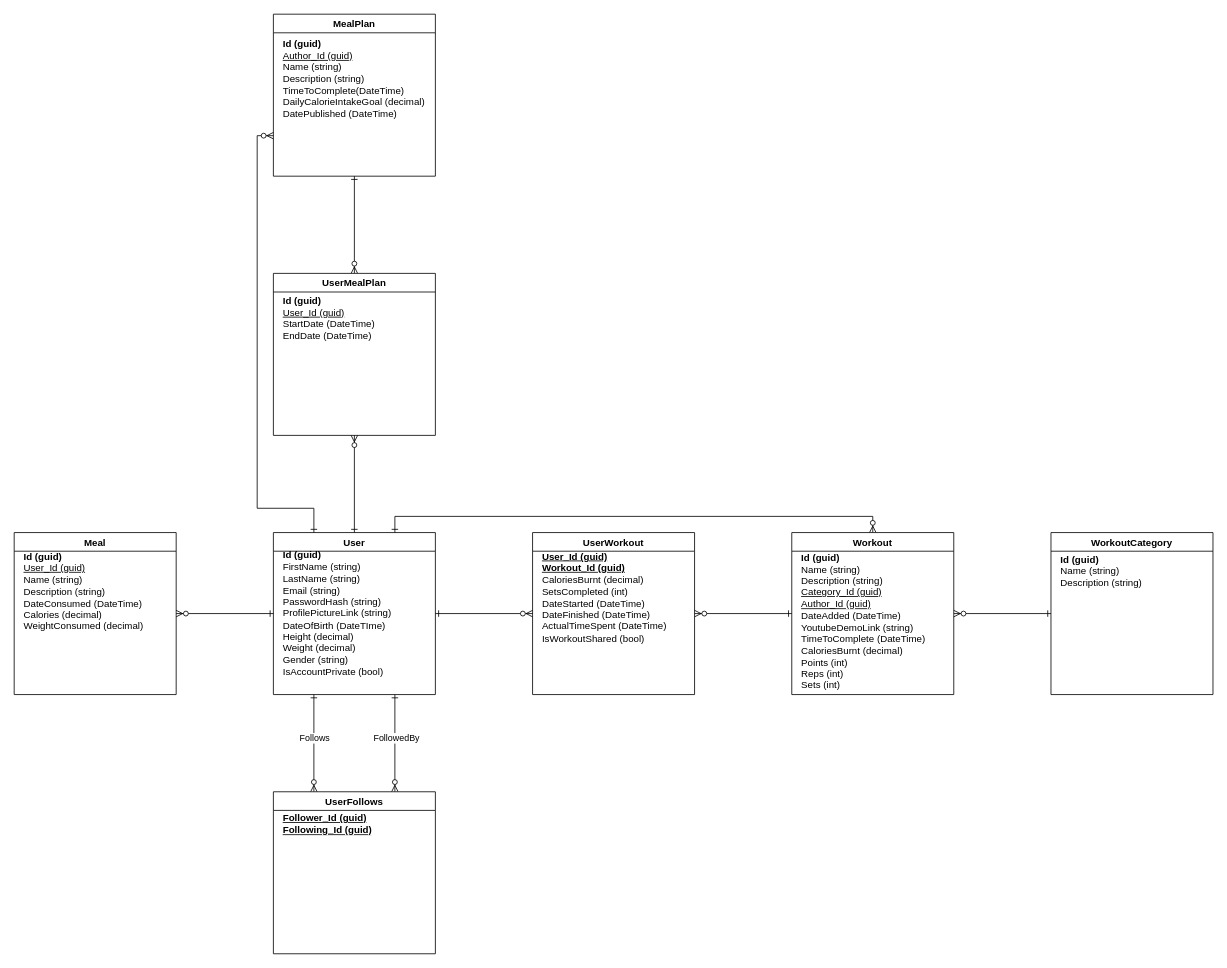
Above: ERD/ERD_EditableForm.drawio in DavidBolis261/softwarestudio3a (draw.io), before the change. Source tidied: cells renumbered, new cells numbered last; positions are measured from the earlier drawing's top-left corner, leaving out a move shared by most shapes. Both pictures are drawn from the tidied source at 81%, with x=0, y=0 at pixel (14, 14).
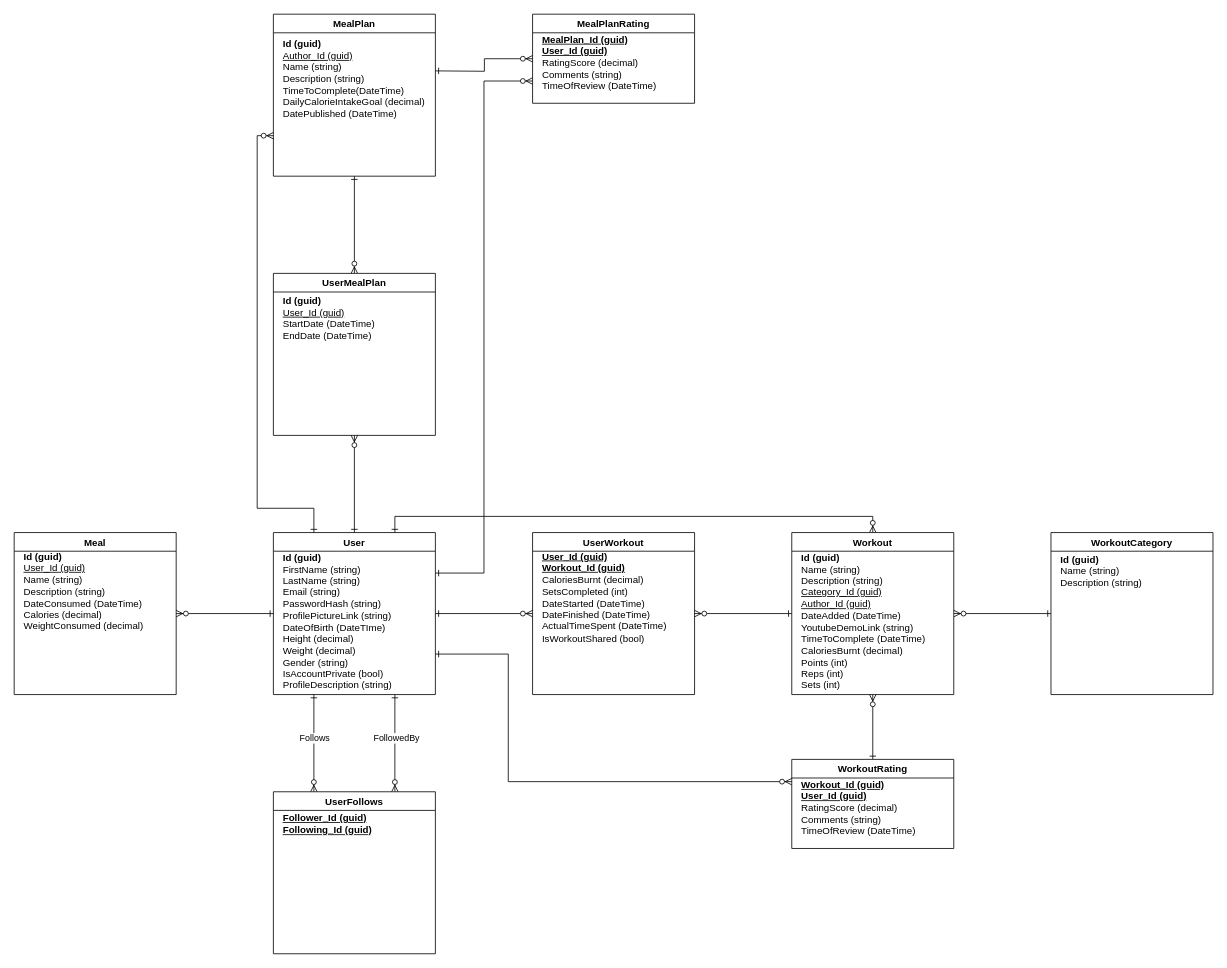
Above is the later version.

The change refers to these unchanged cells:
```xml
<mxCell id="7" value="User" style="swimlane;" parent="1" vertex="1">
  <mxGeometry x="320" y="640" width="200" height="200" as="geometry" />
</mxCell>
<mxCell id="10" value="Workout" style="swimlane;" parent="1" vertex="1">
  <mxGeometry x="960" y="640" width="200" height="200" as="geometry" />
</mxCell>
```

Change to the diagram source:
```diff
@@
+    <mxCell id="30" style="edgeStyle=orthogonalEdgeStyle;rounded=0;jettySize=auto;html=1;exitX=1;exitY=0.25;exitDx=0;exitDy=0;entryX=0;entryY=0.75;entryDx=0;entryDy=0;startArrow=ERone;startFill=0;endArrow=ERzeroToMany;endFill=1;" parent="1" edge="1" source="7" target="33">
+      <mxGeometry relative="1" as="geometry" />
+    </mxCell>
+    <mxCell id="31" style="edgeStyle=orthogonalEdgeStyle;rounded=0;jettySize=auto;html=1;exitX=1;exitY=0.75;exitDx=0;exitDy=0;entryX=0;entryY=0.25;entryDx=0;entryDy=0;startArrow=ERone;startFill=0;endArrow=ERzeroToMany;endFill=1;" parent="1" edge="1" source="7" target="36">
+      <mxGeometry relative="1" as="geometry">
+        <Array as="points">
+          <mxPoint x="610" y="790" />
+          <mxPoint x="610" y="948" />
+        </Array>
+      </mxGeometry>
+    </mxCell>
@@
-    <mxCell id="8" value="&lt;b&gt;Id (guid)&lt;/b&gt;&lt;br&gt;&lt;div&gt;&lt;span&gt;FirstName (string)&lt;/span&gt;&lt;/div&gt;&lt;div&gt;&lt;span&gt;LastName (string)&lt;/span&gt;&lt;/div&gt;&lt;div&gt;&lt;span&gt;Email (string)&lt;/span&gt;&lt;/div&gt;&lt;div&gt;PasswordHash (string)&lt;/div&gt;&lt;div&gt;ProfilePictureLink (string)&lt;/div&gt;&lt;div&gt;DateOfBirth (DateTIme)&lt;/div&gt;&lt;div&gt;Height (decimal)&lt;/div&gt;&lt;div&gt;Weight (decimal)&lt;/div&gt;&lt;div&gt;Gender (string)&lt;/div&gt;&lt;div&gt;IsAccountPrivate (bool)&lt;/div&gt;" style="text;html=1;strokeColor=none;fillColor=none;align=left;verticalAlign=middle;whiteSpace=wrap;rounded=0;" parent="7" vertex="1">
-      <mxGeometry x="10" y="30" width="150" height="140" as="geometry" />
+    <mxCell id="8" value="&lt;b&gt;Id (guid)&lt;/b&gt;&lt;br&gt;&lt;div&gt;&lt;span&gt;FirstName (string)&lt;/span&gt;&lt;/div&gt;&lt;div&gt;&lt;span&gt;LastName (string)&lt;/span&gt;&lt;/div&gt;&lt;div&gt;&lt;span&gt;Email (string)&lt;/span&gt;&lt;/div&gt;&lt;div&gt;PasswordHash (string)&lt;/div&gt;&lt;div&gt;ProfilePictureLink (string)&lt;/div&gt;&lt;div&gt;DateOfBirth (DateTIme)&lt;/div&gt;&lt;div&gt;Height (decimal)&lt;/div&gt;&lt;div&gt;Weight (decimal)&lt;/div&gt;&lt;div&gt;Gender (string)&lt;/div&gt;&lt;div&gt;IsAccountPrivate (bool)&lt;/div&gt;&lt;div&gt;ProfileDescription (string)&lt;/div&gt;" style="text;html=1;strokeColor=none;fillColor=none;align=left;verticalAlign=middle;whiteSpace=wrap;rounded=0;" parent="7" vertex="1">
+      <mxGeometry x="10" y="30" width="150" height="160" as="geometry" />
     </mxCell>
@@
+    <mxCell id="32" style="edgeStyle=orthogonalEdgeStyle;rounded=0;jettySize=auto;html=1;exitX=0;exitY=0.5;exitDx=0;exitDy=0;endArrow=ERone;endFill=0;startArrow=ERzeroToMany;startFill=1;" parent="1" edge="1" source="33">
+      <mxGeometry relative="1" as="geometry">
+        <mxPoint x="520" y="70" as="targetPoint" />
+      </mxGeometry>
+    </mxCell>
+    <mxCell id="33" value="MealPlanRating" style="swimlane;" parent="1" vertex="1">
+      <mxGeometry x="640" width="200" height="110" as="geometry" />
+    </mxCell>
+    <mxCell id="34" value="&lt;b&gt;&lt;u&gt;MealPlan_Id (guid)&lt;/u&gt;&lt;/b&gt;&lt;br&gt;&lt;u&gt;&lt;b&gt;User_Id (guid)&lt;/b&gt;&lt;/u&gt;&lt;br&gt;RatingScore (decimal)&lt;br&gt;Comments (string)&lt;br&gt;TimeOfReview (DateTime)" style="text;html=1;strokeColor=none;fillColor=none;align=left;verticalAlign=middle;whiteSpace=wrap;rounded=0;" parent="33" vertex="1">
+      <mxGeometry x="10" y="30" width="180" height="60" as="geometry" />
+    </mxCell>
+    <mxCell id="35" style="edgeStyle=orthogonalEdgeStyle;rounded=0;jettySize=auto;html=1;exitX=0.5;exitY=0;exitDx=0;exitDy=0;entryX=0.5;entryY=1;entryDx=0;entryDy=0;startArrow=ERone;startFill=0;endArrow=ERzeroToMany;endFill=1;" parent="1" edge="1" source="36" target="10">
+      <mxGeometry relative="1" as="geometry" />
+    </mxCell>
+    <mxCell id="36" value="WorkoutRating" style="swimlane;" parent="1" vertex="1">
+      <mxGeometry x="960" y="920" width="200" height="110" as="geometry" />
+    </mxCell>
+    <mxCell id="37" value="&lt;b&gt;&lt;u&gt;Workout_Id (guid)&lt;/u&gt;&lt;/b&gt;&lt;br&gt;&lt;u&gt;&lt;b&gt;User_Id (guid)&lt;/b&gt;&lt;/u&gt;&lt;br&gt;RatingScore (decimal)&lt;br&gt;Comments (string)&lt;br&gt;TimeOfReview (DateTime)" style="text;html=1;strokeColor=none;fillColor=none;align=left;verticalAlign=middle;whiteSpace=wrap;rounded=0;" parent="36" vertex="1">
+      <mxGeometry x="10" y="30" width="180" height="60" as="geometry" />
+    </mxCell>
```
